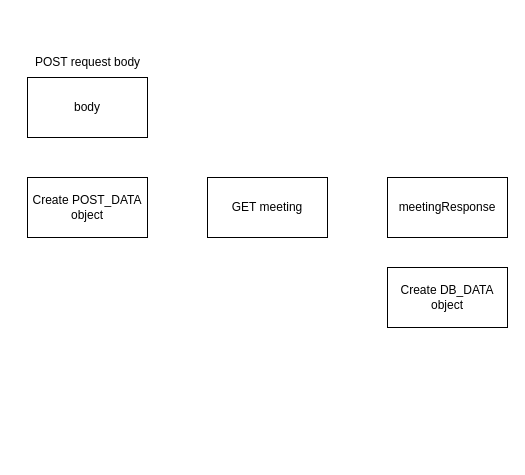
This is docs/meeterNext-MeetingGroups.drawio from danocolombo/meeterNextjs, a draw.io file, before an edit. Source tidied: cells renumbered, new cells numbered last; positions are measured from the earlier drawing's top-left corner, leaving out a move shared by most shapes. Both pictures are drawn from the tidied source at 100%, with x=0, y=0 at pixel (22, 47).
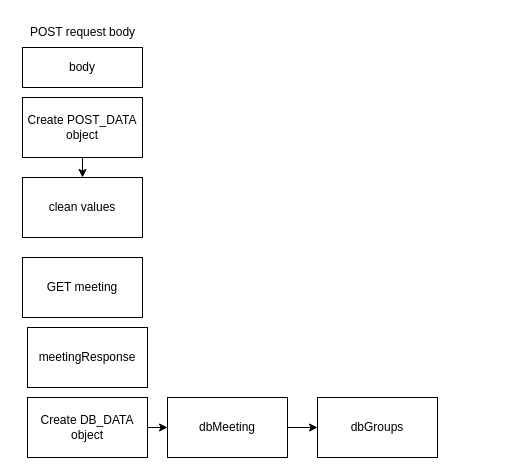
After the change.

Commit message:
meetingForm testing

The edit, as a diff of the source:
```diff
@@
 <mxGraphModel>
   <root>
     <mxCell id="0" />
     <mxCell id="1" parent="0" />
     <mxCell id="2" value="body" style="rounded=0;whiteSpace=wrap;html=1;" parent="1" vertex="1">
-      <mxGeometry x="5" y="30" width="120" height="60" as="geometry" />
+      <mxGeometry width="120" height="40" as="geometry" />
     </mxCell>
     <mxCell id="3" value="POST request body" style="text;html=1;align=center;verticalAlign=middle;strokeColor=none;fillColor=none;" parent="1" vertex="1">
-      <mxGeometry width="130" height="30" as="geometry" />
+      <mxGeometry x="-5" y="-30" width="130" height="30" as="geometry" />
     </mxCell>
+    <mxCell id="8" style="edgeStyle=none;html=1;" parent="1" edge="1" source="4" target="10">
+      <mxGeometry relative="1" as="geometry" />
+    </mxCell>
     <mxCell id="4" value="Create POST_DATA&lt;br&gt;object" style="whiteSpace=wrap;html=1;rounded=0;" parent="1" vertex="1">
-      <mxGeometry x="5" y="130" width="120" height="60" as="geometry" />
+      <mxGeometry y="50" width="120" height="60" as="geometry" />
     </mxCell>
     <mxCell id="5" value="GET meeting" style="whiteSpace=wrap;html=1;rounded=0;" parent="1" vertex="1">
-      <mxGeometry x="185" y="130" width="120" height="60" as="geometry" />
+      <mxGeometry y="210" width="120" height="60" as="geometry" />
     </mxCell>
     <mxCell id="6" value="meetingResponse" style="whiteSpace=wrap;html=1;rounded=0;" parent="1" vertex="1">
-      <mxGeometry x="365" y="130" width="120" height="60" as="geometry" />
+      <mxGeometry x="5" y="280" width="120" height="60" as="geometry" />
     </mxCell>
+    <mxCell id="9" style="edgeStyle=none;html=1;" parent="1" edge="1" source="7" target="12">
+      <mxGeometry relative="1" as="geometry" />
+    </mxCell>
     <mxCell id="7" value="Create DB_DATA object" style="whiteSpace=wrap;html=1;rounded=0;" parent="1" vertex="1">
-      <mxGeometry x="365" y="220" width="120" height="60" as="geometry" />
+      <mxGeometry x="5" y="350" width="120" height="60" as="geometry" />
     </mxCell>
+    <mxCell id="10" value="clean values" style="whiteSpace=wrap;html=1;rounded=0;" parent="1" vertex="1">
+      <mxGeometry y="130" width="120" height="60" as="geometry" />
+    </mxCell>
+    <mxCell id="11" style="edgeStyle=none;html=1;" parent="1" edge="1" source="12" target="13">
+      <mxGeometry relative="1" as="geometry" />
+    </mxCell>
+    <mxCell id="12" value="dbMeeting" style="whiteSpace=wrap;html=1;rounded=0;" parent="1" vertex="1">
+      <mxGeometry x="145" y="350" width="120" height="60" as="geometry" />
+    </mxCell>
+    <mxCell id="13" value="dbGroups" style="whiteSpace=wrap;html=1;rounded=0;" parent="1" vertex="1">
+      <mxGeometry x="295" y="350" width="120" height="60" as="geometry" />
+    </mxCell>
   </root>
 </mxGraphModel>
```
